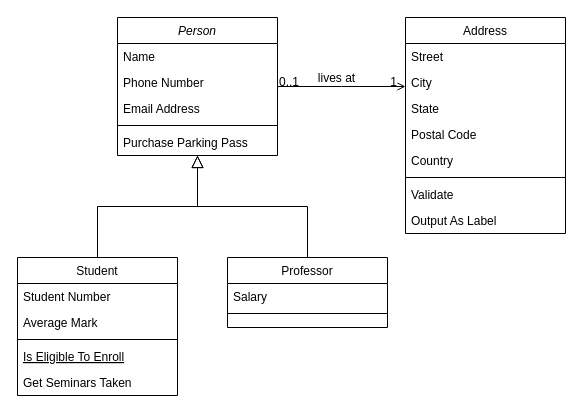
The draw.io diagram Diagrama sem nome.drawio in PedroVic12/Engenharia-Eletrica-UFF, before the edit. Source tidied: cells renumbered, new cells numbered last; positions are measured from the earlier drawing's top-left corner, leaving out a move shared by most shapes. Both pictures are drawn from the tidied source at 100%, with x=0, y=0 at pixel (17, 17).
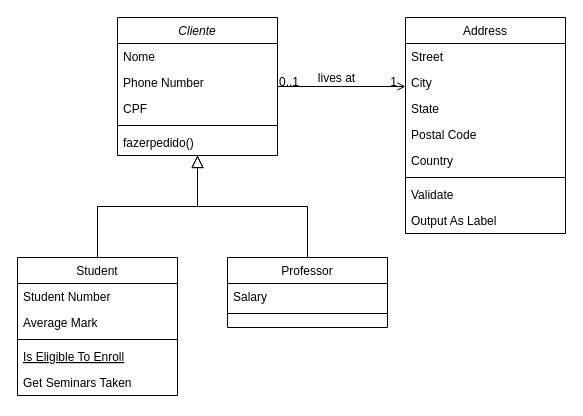
The same diagram, later.

What changed in the source:
```diff
@@
-    <mxCell id="2" value="Person" style="swimlane;fontStyle=2;align=center;verticalAlign=top;horizontal=1;startSize=26;rounded=0;shadow=0;strokeWidth=1;" parent="1" vertex="1">
+    <mxCell id="2" value="Cliente" style="swimlane;fontStyle=2;align=center;verticalAlign=top;horizontal=1;startSize=26;rounded=0;shadow=0;strokeWidth=1;" parent="1" vertex="1">
       <mxGeometry x="100" width="160" height="138" as="geometry" />
     </mxCell>
-    <mxCell id="3" value="Name" style="text;align=left;verticalAlign=top;spacingLeft=4;spacingRight=4;overflow=hidden;" parent="2" vertex="1">
+    <mxCell id="3" value="Nome" style="text;align=left;verticalAlign=top;spacingLeft=4;spacingRight=4;overflow=hidden;" parent="2" vertex="1">
       <mxGeometry y="26" width="160" height="26" as="geometry" />
     </mxCell>
@@
-    <mxCell id="5" value="Email Address" style="text;align=left;verticalAlign=top;spacingLeft=4;spacingRight=4;overflow=hidden;rounded=0;shadow=0;html=0;" parent="2" vertex="1">
+    <mxCell id="5" value="CPF" style="text;align=left;verticalAlign=top;spacingLeft=4;spacingRight=4;overflow=hidden;rounded=0;shadow=0;html=0;" parent="2" vertex="1">
       <mxGeometry y="78" width="160" height="26" as="geometry" />
     </mxCell>
@@
-    <mxCell id="7" value="Purchase Parking Pass" style="text;align=left;verticalAlign=top;spacingLeft=4;spacingRight=4;overflow=hidden;" parent="2" vertex="1">
+    <mxCell id="7" value="fazerpedido()" style="text;align=left;verticalAlign=top;spacingLeft=4;spacingRight=4;overflow=hidden;" parent="2" vertex="1">
       <mxGeometry y="112" width="160" height="26" as="geometry" />
     </mxCell>
```
